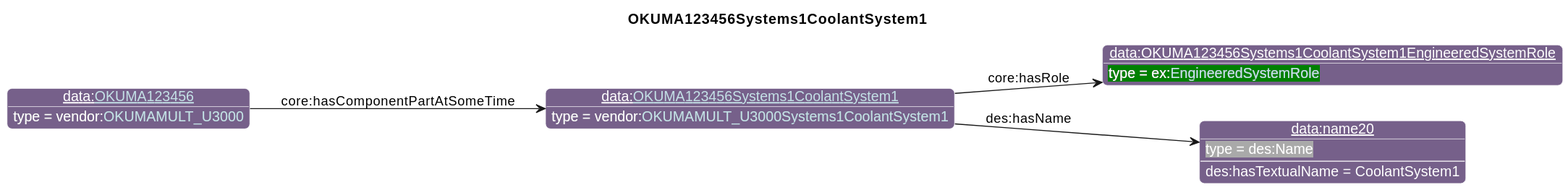
Earlier version of the PlantUML export diagrams/OKUMA123456Systems1CoolantSystem1.svg (iofoundry/example-syseng-mtconnect).
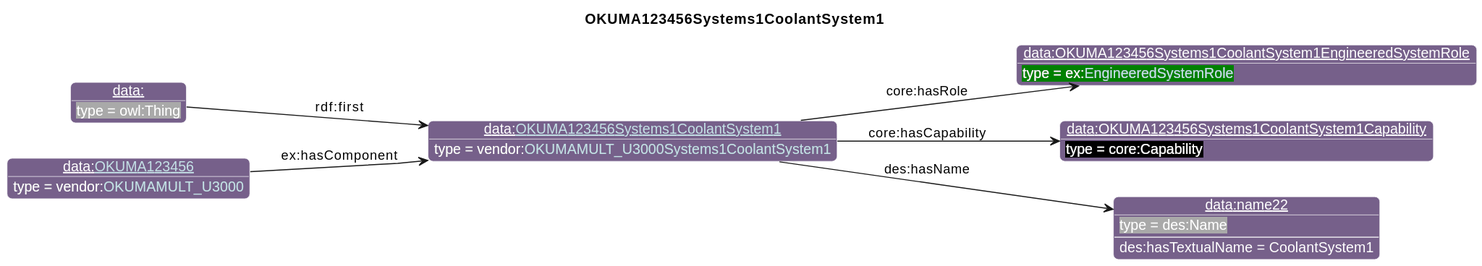
Later version of the same file.

What changed in the source:
```diff
@@ -27,10 +27,14 @@
       }
 individual(o0, data:[[./OKUMA123456Systems1CoolantSystem1.html OKUMA123456Systems1CoolantSystem1]], vendor:[[../OKUMA.html#OKUMAMULT_U3000Systems1CoolantSystem1 OKUMAMULT_U3000Systems1CoolantSystem1]])
 individual(o1, data:OKUMA123456Systems1CoolantSystem1EngineeredSystemRole, ex:[[../Example.html#EngineeredSystemRole EngineeredSystemRole]])
-individual(o2, data:name20, des:Name)
-individual(o3, data:[[./OKUMA123456.html OKUMA123456]], vendor:[[../OKUMA.html#OKUMAMULT_U3000 OKUMAMULT_U3000]])
+individual(o2, data:OKUMA123456Systems1CoolantSystem1Capability, core:Capability)
+individual(o3, data:name22, des:Name)
+individual(o4, data:, owl:Thing)
+individual(o5, data:[[./OKUMA123456.html OKUMA123456]], vendor:[[../OKUMA.html#OKUMAMULT_U3000 OKUMAMULT_U3000]])
 property(o0, "core:hasRole", o1)
-property(o0, "des:hasName", o2)
-data(o2, "des:hasTextualName", "CoolantSystem1")
-property(o3, "core:hasComponentPartAtSomeTime", o0)
+property(o0, "core:hasCapability", o2)
+property(o0, "des:hasName", o3)
+data(o3, "des:hasTextualName", "CoolantSystem1")
+property(o4, "rdf:first", o0)
+property(o5, "ex:hasComponent", o0)
 @enduml
```
